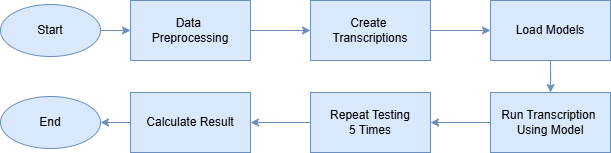
Earlier version of the draw.io export mainmatter/images/step.png (alifzulkifeli/thesis-master). Source tidied: cells renumbered, new cells last; positions are measured from the earlier drawing's top-left corner, leaving out a move shared by most shapes.
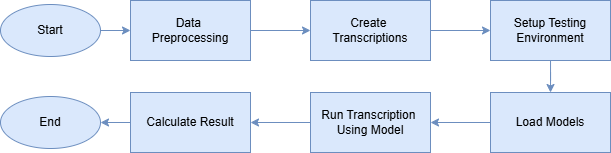
After the commit.

The edit, as a diff of the source:
```diff
@@ -8,35 +8,24 @@
     <mxCell id="3" value="Data&amp;nbsp;&lt;div&gt;Preprocessing&lt;/div&gt;" style="rounded=0;whiteSpace=wrap;html=1;fillColor=#dae8fc;strokeColor=#6c8ebf;" parent="1" vertex="1">
       <mxGeometry x="130" width="120" height="60" as="geometry" />
     </mxCell>
-    <mxCell id="4" style="edgeStyle=orthogonalEdgeStyle;rounded=0;jettySize=auto;html=1;fillColor=#dae8fc;strokeColor=#6c8ebf;" parent="1" edge="1" source="5" target="7">
-      <mxGeometry relative="1" as="geometry" />
-    </mxCell>
+    <mxCell id="17" style="edgeStyle=orthogonalEdgeStyle;rounded=0;jettySize=auto;html=1;fillColor=#dae8fc;strokeColor=#6c8ebf;" parent="1" edge="1" source="5" target="19">
+      <mxGeometry relative="1" as="geometry" />
+    </mxCell>
     <mxCell id="5" value="Create&amp;nbsp;&lt;div&gt;Transcriptions&lt;/div&gt;" style="whiteSpace=wrap;html=1;rounded=0;fillColor=#dae8fc;strokeColor=#6c8ebf;" parent="1" vertex="1">
       <mxGeometry x="310" width="120" height="60" as="geometry" />
     </mxCell>
-    <mxCell id="6" style="edgeStyle=orthogonalEdgeStyle;rounded=0;jettySize=auto;html=1;fillColor=#dae8fc;strokeColor=#6c8ebf;" parent="1" edge="1" source="7" target="9">
-      <mxGeometry relative="1" as="geometry" />
-    </mxCell>
-    <mxCell id="7" value="Load Models" style="whiteSpace=wrap;html=1;rounded=0;fillColor=#dae8fc;strokeColor=#6c8ebf;" parent="1" vertex="1">
-      <mxGeometry x="490" width="120" height="60" as="geometry" />
-    </mxCell>
-    <mxCell id="8" style="edgeStyle=orthogonalEdgeStyle;rounded=0;jettySize=auto;html=1;exitX=0;exitY=0.5;exitDx=0;exitDy=0;entryX=1;entryY=0.5;entryDx=0;entryDy=0;fillColor=#dae8fc;strokeColor=#6c8ebf;" parent="1" edge="1" source="9" target="11">
-      <mxGeometry relative="1" as="geometry">
-        <Array as="points">
-          <mxPoint x="480" y="122" />
-          <mxPoint x="480" y="122" />
-        </Array>
-      </mxGeometry>
-    </mxCell>
+    <mxCell id="18" style="edgeStyle=orthogonalEdgeStyle;rounded=0;jettySize=auto;html=1;fillColor=#dae8fc;strokeColor=#6c8ebf;" parent="1" edge="1" source="19" target="7">
+      <mxGeometry relative="1" as="geometry" />
+    </mxCell>
+    <mxCell id="19" value="Setup Testing Environment" style="whiteSpace=wrap;html=1;rounded=0;fillColor=#dae8fc;strokeColor=#6c8ebf;" parent="1" vertex="1">
+      <mxGeometry x="490" width="120" height="60" as="geometry" />
+    </mxCell>
+    <mxCell id="20" style="edgeStyle=orthogonalEdgeStyle;rounded=0;jettySize=auto;html=1;exitX=0;exitY=0.5;exitDx=0;exitDy=0;entryX=1;entryY=0.5;entryDx=0;entryDy=0;fillColor=#dae8fc;strokeColor=#6c8ebf;" parent="1" edge="1" source="9" target="13">
+      <mxGeometry relative="1" as="geometry" />
+    </mxCell>
     <mxCell id="9" value="Run Transcription&amp;nbsp;&lt;div&gt;Using Model&lt;/div&gt;" style="whiteSpace=wrap;html=1;rounded=0;fillColor=#dae8fc;strokeColor=#6c8ebf;" parent="1" vertex="1">
-      <mxGeometry x="490" y="92" width="120" height="60" as="geometry" />
+      <mxGeometry x="310" y="92" width="120" height="60" as="geometry" />
     </mxCell>
-    <mxCell id="10" style="edgeStyle=orthogonalEdgeStyle;rounded=0;jettySize=auto;html=1;fillColor=#dae8fc;strokeColor=#6c8ebf;" parent="1" edge="1" source="11" target="13">
-      <mxGeometry relative="1" as="geometry" />
-    </mxCell>
-    <mxCell id="11" value="Repeat Testing&lt;div&gt;5 Times&lt;/div&gt;" style="whiteSpace=wrap;html=1;rounded=0;fillColor=#dae8fc;strokeColor=#6c8ebf;" parent="1" vertex="1">
-      <mxGeometry x="310" y="92" width="120" height="60" as="geometry" />
-    </mxCell>
     <mxCell id="12" style="edgeStyle=orthogonalEdgeStyle;rounded=0;jettySize=auto;html=1;fillColor=#dae8fc;strokeColor=#6c8ebf;" parent="1" edge="1" source="13" target="16">
       <mxGeometry relative="1" as="geometry" />
     </mxCell>
@@ -52,5 +41,11 @@
     <mxCell id="16" value="End" style="ellipse;whiteSpace=wrap;html=1;fillColor=#dae8fc;strokeColor=#6c8ebf;" parent="1" vertex="1">
       <mxGeometry y="96" width="100" height="52" as="geometry" />
     </mxCell>
+    <mxCell id="6" style="edgeStyle=orthogonalEdgeStyle;rounded=0;jettySize=auto;html=1;fillColor=#dae8fc;strokeColor=#6c8ebf;" parent="1" edge="1" source="7" target="9">
+      <mxGeometry relative="1" as="geometry" />
+    </mxCell>
+    <mxCell id="7" value="Load Models" style="whiteSpace=wrap;html=1;rounded=0;fillColor=#dae8fc;strokeColor=#6c8ebf;" parent="1" vertex="1">
+      <mxGeometry x="490" y="92" width="120" height="60" as="geometry" />
+    </mxCell>
   </root>
 </mxGraphModel>
```
